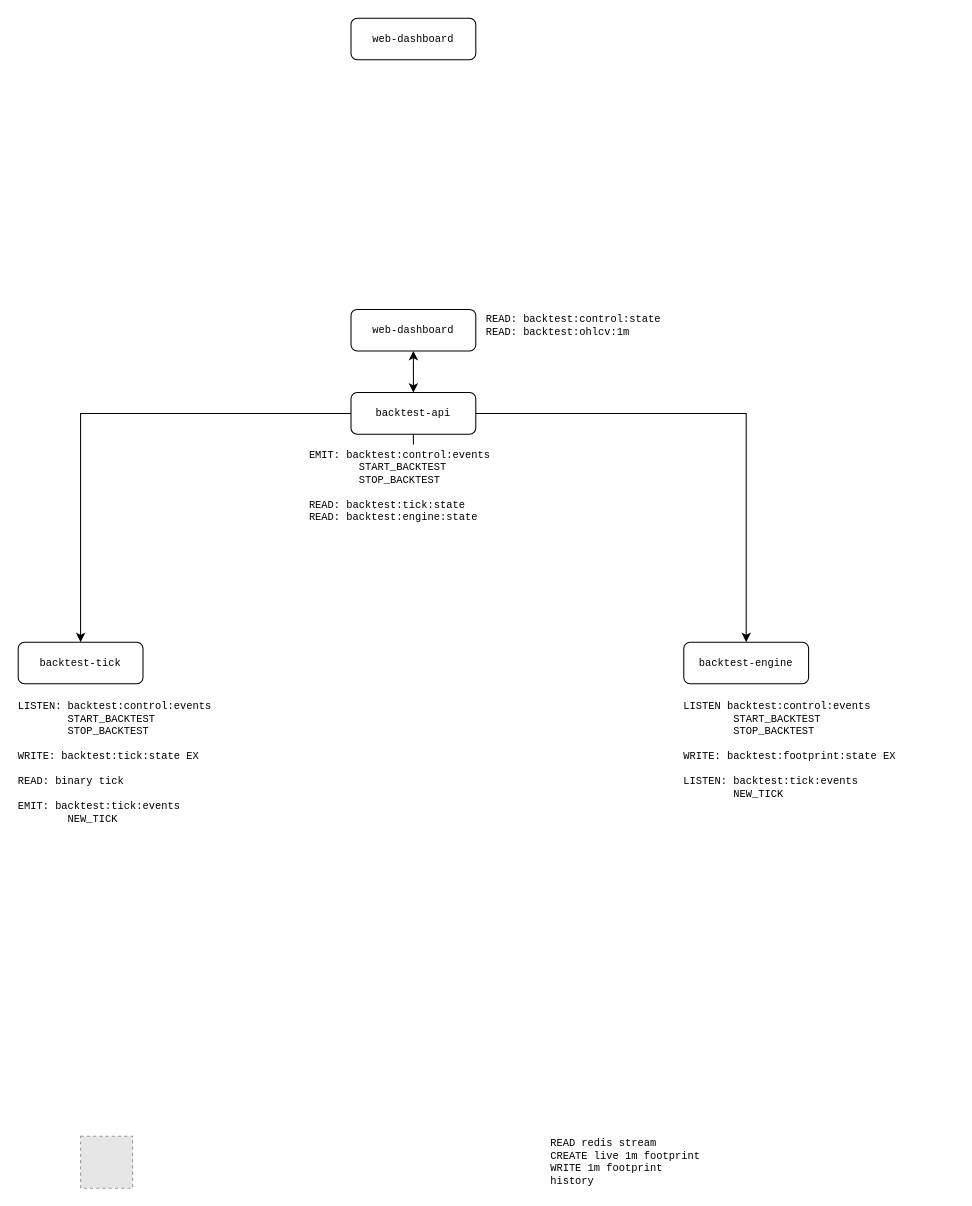
The draw.io diagram backend/services/backtest/infra/docs/trader.drawio in rey-sudo/blacker, before the edit. Source tidied: cells renumbered, new cells numbered last; positions are measured from the earlier drawing's top-left corner, leaving out a move shared by most shapes. Both pictures are drawn from the tidied source at 104%, with x=0, y=0 at pixel (18, 18). Pictures stored in the file or linked from it are replaced by grey dashed boxes.
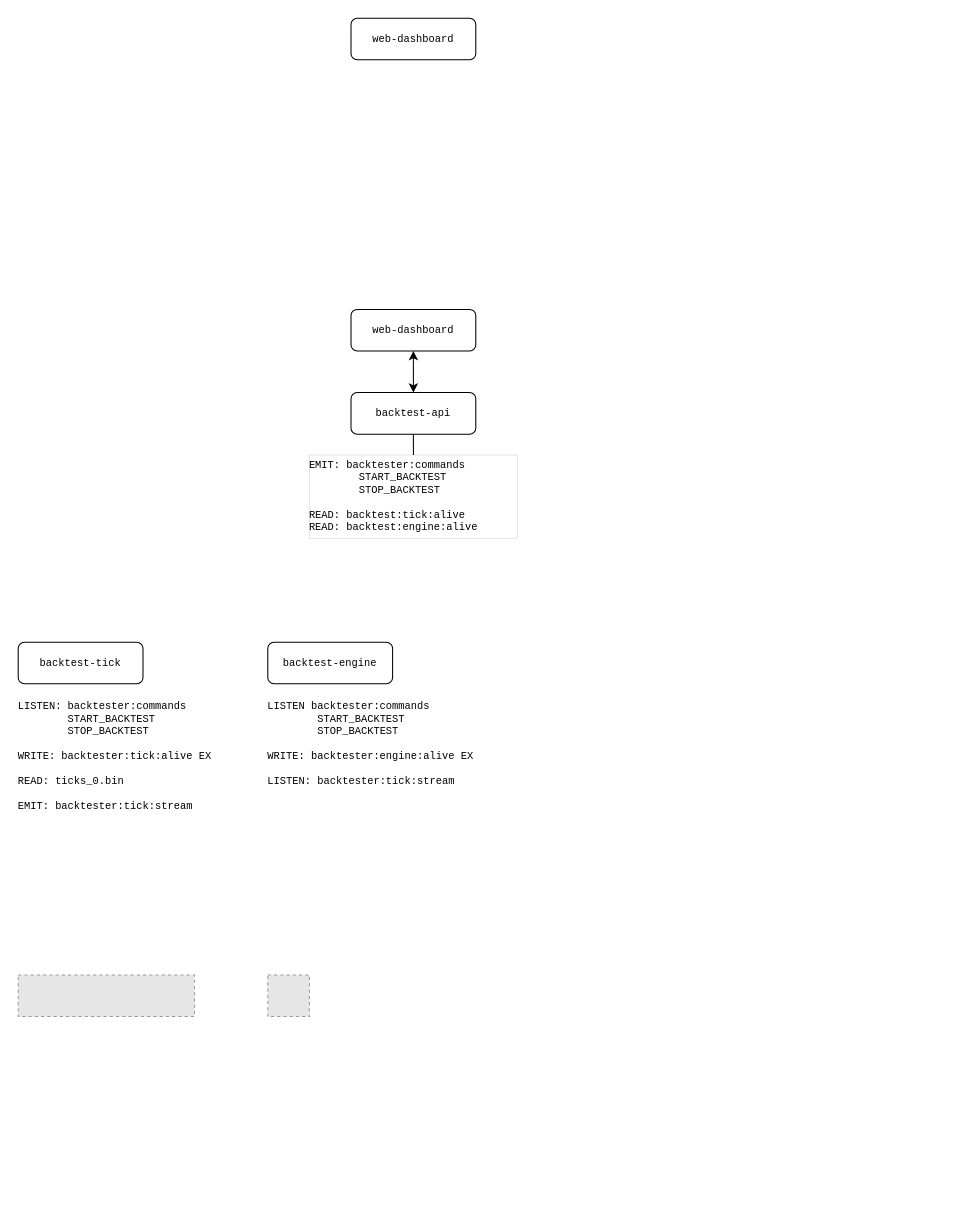
After the change.

Change to the diagram source:
```diff
@@
 <mxGraphModel>
   <root>
     <mxCell id="0" />
     <mxCell id="1" parent="0" />
     <mxCell id="2" value="backtest-tick" style="rounded=1;whiteSpace=wrap;html=1;fontFamily=Courier New;fontSize=10;" parent="1" vertex="1">
       <mxGeometry y="600" width="120" height="40" as="geometry" />
     </mxCell>
     <mxCell id="3" value="backtest-engine" style="rounded=1;whiteSpace=wrap;html=1;fontFamily=Courier New;fontSize=10;" parent="1" vertex="1">
-      <mxGeometry x="640" y="600" width="120" height="40" as="geometry" />
+      <mxGeometry x="240" y="600" width="120" height="40" as="geometry" />
     </mxCell>
     <mxCell id="4" value="web-dashboard" style="rounded=1;whiteSpace=wrap;html=1;fontFamily=Courier New;fontSize=10;" parent="1" vertex="1">
       <mxGeometry x="320" width="120" height="40" as="geometry" />
     </mxCell>
     <mxCell id="5" style="fillColor=#E6E6E6;strokeColor=#999999;dashed=1;fontFamily=Courier New;fontSize=10;" parent="1" vertex="1">
-      <mxGeometry x="60" y="1075" width="50" height="50" as="geometry" />
+      <mxGeometry x="240" y="920" width="40" height="40" as="geometry" />
     </mxCell>
-    <mxCell id="6" value="&lt;div&gt;&lt;span style=&quot;background-color: transparent; color: light-dark(rgb(0, 0, 0), rgb(255, 255, 255));&quot;&gt;LISTEN: backtest:control:events&lt;/span&gt;&lt;/div&gt;&lt;div&gt;&lt;div&gt;&lt;span style=&quot;background-color: transparent; color: light-dark(rgb(0, 0, 0), rgb(255, 255, 255));&quot;&gt;&lt;span style=&quot;white-space: pre;&quot;&gt;&#9;&lt;/span&gt;START_BACKTEST&lt;/span&gt;&lt;/div&gt;&lt;div&gt;&lt;span style=&quot;background-color: transparent; color: light-dark(rgb(0, 0, 0), rgb(255, 255, 255));&quot;&gt;&lt;span style=&quot;white-space: pre;&quot;&gt;&#9;&lt;/span&gt;STOP_BACKTEST&lt;/span&gt;&lt;/div&gt;&lt;/div&gt;&lt;div&gt;&lt;span style=&quot;background-color: transparent; color: light-dark(rgb(0, 0, 0), rgb(255, 255, 255));&quot;&gt;&lt;br&gt;&lt;/span&gt;&lt;/div&gt;&lt;div&gt;&lt;span style=&quot;background-color: transparent; color: light-dark(rgb(0, 0, 0), rgb(255, 255, 255));&quot;&gt;WRITE: backtest:tick:state EX&lt;/span&gt;&lt;/div&gt;&lt;div&gt;&lt;span style=&quot;background-color: transparent; color: light-dark(rgb(0, 0, 0), rgb(255, 255, 255));&quot;&gt;&lt;br&gt;&lt;/span&gt;&lt;/div&gt;&lt;div&gt;READ: binary tick&lt;span style=&quot;background-color: transparent; color: light-dark(rgb(0, 0, 0), rgb(255, 255, 255));&quot;&gt;&lt;/span&gt;&lt;/div&gt;&lt;div&gt;&lt;br&gt;&lt;/div&gt;&lt;div&gt;&lt;span style=&quot;background-color: transparent; color: light-dark(rgb(0, 0, 0), rgb(255, 255, 255));&quot;&gt;EMIT: backtest:tick:events&lt;/span&gt;&lt;/div&gt;&lt;div&gt;&lt;span style=&quot;background-color: transparent; color: light-dark(rgb(0, 0, 0), rgb(255, 255, 255));&quot;&gt;&lt;span style=&quot;white-space: pre;&quot;&gt;&#9;&lt;/span&gt;NEW_TICK&lt;br&gt;&lt;/span&gt;&lt;/div&gt;&lt;div&gt;&lt;br&gt;&lt;/div&gt;&lt;br&gt;&lt;div&gt;&lt;br&gt;&lt;/div&gt;" style="text;html=1;whiteSpace=wrap;strokeColor=none;fillColor=none;align=left;verticalAlign=top;rounded=0;fontFamily=Courier New;fontSize=10;spacing=0;" parent="1" vertex="1">
+    <mxCell id="6" value="&lt;div&gt;&lt;span style=&quot;background-color: transparent; color: light-dark(rgb(0, 0, 0), rgb(255, 255, 255));&quot;&gt;LISTEN: backtester:commands&lt;/span&gt;&lt;/div&gt;&lt;div&gt;&lt;div&gt;&lt;span style=&quot;background-color: transparent; color: light-dark(rgb(0, 0, 0), rgb(255, 255, 255));&quot;&gt;&lt;span style=&quot;white-space: pre;&quot;&gt;&#9;&lt;/span&gt;START_BACKTEST&lt;/span&gt;&lt;/div&gt;&lt;div&gt;&lt;span style=&quot;background-color: transparent; color: light-dark(rgb(0, 0, 0), rgb(255, 255, 255));&quot;&gt;&lt;span style=&quot;white-space: pre;&quot;&gt;&#9;&lt;/span&gt;STOP_BACKTEST&lt;/span&gt;&lt;/div&gt;&lt;/div&gt;&lt;div&gt;&lt;span style=&quot;background-color: transparent; color: light-dark(rgb(0, 0, 0), rgb(255, 255, 255));&quot;&gt;&lt;br&gt;&lt;/span&gt;&lt;/div&gt;&lt;div&gt;&lt;span style=&quot;background-color: transparent; color: light-dark(rgb(0, 0, 0), rgb(255, 255, 255));&quot;&gt;WRITE: backtester:tick:alive EX&lt;/span&gt;&lt;/div&gt;&lt;div&gt;&lt;span style=&quot;background-color: transparent; color: light-dark(rgb(0, 0, 0), rgb(255, 255, 255));&quot;&gt;&lt;br&gt;&lt;/span&gt;&lt;/div&gt;&lt;div&gt;READ: ticks_0.bin&lt;span style=&quot;background-color: transparent; color: light-dark(rgb(0, 0, 0), rgb(255, 255, 255));&quot;&gt;&lt;/span&gt;&lt;/div&gt;&lt;div&gt;&lt;br&gt;&lt;/div&gt;&lt;div&gt;&lt;span style=&quot;background-color: transparent; color: light-dark(rgb(0, 0, 0), rgb(255, 255, 255));&quot;&gt;EMIT: backtester:tick:stream&lt;/span&gt;&lt;/div&gt;&lt;div&gt;&lt;br&gt;&lt;/div&gt;&lt;br&gt;&lt;div&gt;&lt;br&gt;&lt;/div&gt;" style="text;html=1;whiteSpace=wrap;strokeColor=none;fillColor=none;align=left;verticalAlign=top;rounded=0;fontFamily=Courier New;fontSize=10;spacing=0;" parent="1" vertex="1">
       <mxGeometry y="652" width="200" height="130" as="geometry" />
     </mxCell>
-    <mxCell id="7" value="&lt;div&gt;READ redis stream&lt;/div&gt;CREATE live 1m footprint&lt;div&gt;WRITE 1m footprint history&lt;/div&gt;" style="text;html=1;whiteSpace=wrap;strokeColor=none;fillColor=none;align=left;verticalAlign=middle;rounded=0;fontFamily=Courier New;fontSize=10;" parent="1" vertex="1">
-      <mxGeometry x="510" y="1080" width="150" height="40" as="geometry" />
-    </mxCell>
-    <mxCell id="8" style="edgeStyle=orthogonalEdgeStyle;rounded=0;jettySize=auto;html=1;exitX=0;exitY=0.5;exitDx=0;exitDy=0;entryX=0.5;entryY=0;entryDx=0;entryDy=0;fontFamily=Courier New;fontSize=10;" parent="1" edge="1" source="11" target="2">
-      <mxGeometry relative="1" as="geometry" />
-    </mxCell>
     <mxCell id="9" style="edgeStyle=orthogonalEdgeStyle;rounded=0;jettySize=auto;html=1;exitX=0.5;exitY=1;exitDx=0;exitDy=0;entryX=0.5;entryY=0;entryDx=0;entryDy=0;endArrow=none;endFill=0;" parent="1" edge="1" source="11" target="13">
       <mxGeometry relative="1" as="geometry">
         <Array as="points">
           <mxPoint x="380" y="400" />
           <mxPoint x="380" y="400" />
         </Array>
       </mxGeometry>
     </mxCell>
-    <mxCell id="10" style="edgeStyle=orthogonalEdgeStyle;rounded=0;jettySize=auto;html=1;exitX=1;exitY=0.5;exitDx=0;exitDy=0;entryX=0.5;entryY=0;entryDx=0;entryDy=0;" parent="1" edge="1" source="11" target="3">
-      <mxGeometry relative="1" as="geometry" />
-    </mxCell>
     <mxCell id="11" value="backtest-api" style="rounded=1;whiteSpace=wrap;html=1;fontFamily=Courier New;fontSize=10;" parent="1" vertex="1">
       <mxGeometry x="320" y="360" width="120" height="40" as="geometry" />
     </mxCell>
-    <mxCell id="12" value="&lt;div&gt;&lt;span style=&quot;background-color: transparent; color: light-dark(rgb(0, 0, 0), rgb(255, 255, 255));&quot;&gt;LISTEN backtest:control:events&lt;/span&gt;&lt;/div&gt;&lt;div&gt;&lt;div&gt;&lt;span style=&quot;background-color: transparent; color: light-dark(rgb(0, 0, 0), rgb(255, 255, 255));&quot;&gt;&lt;span style=&quot;white-space: pre;&quot;&gt;&#9;&lt;/span&gt;START_BACKTEST&lt;/span&gt;&lt;/div&gt;&lt;div&gt;&lt;span style=&quot;background-color: transparent; color: light-dark(rgb(0, 0, 0), rgb(255, 255, 255));&quot;&gt;&lt;span style=&quot;white-space: pre;&quot;&gt;&#9;&lt;/span&gt;STOP_BACKTEST&lt;/span&gt;&lt;/div&gt;&lt;/div&gt;&lt;div&gt;&lt;span style=&quot;background-color: transparent; color: light-dark(rgb(0, 0, 0), rgb(255, 255, 255));&quot;&gt;&lt;br&gt;&lt;/span&gt;&lt;/div&gt;&lt;div&gt;&lt;div&gt;WRITE: backtest:footprint:state EX&lt;/div&gt;&lt;div&gt;&lt;span style=&quot;background-color: transparent; color: light-dark(rgb(0, 0, 0), rgb(255, 255, 255));&quot;&gt;&lt;br&gt;&lt;/span&gt;&lt;/div&gt;&lt;div&gt;&lt;span style=&quot;background-color: transparent; color: light-dark(rgb(0, 0, 0), rgb(255, 255, 255));&quot;&gt;LISTEN:&amp;nbsp;&lt;/span&gt;&lt;span style=&quot;background-color: transparent; color: light-dark(rgb(0, 0, 0), rgb(255, 255, 255));&quot;&gt;backtest:tick:events&lt;/span&gt;&lt;/div&gt;&lt;/div&gt;&lt;div&gt;&lt;span style=&quot;background-color: transparent; color: light-dark(rgb(0, 0, 0), rgb(255, 255, 255));&quot;&gt;&lt;span style=&quot;white-space: pre;&quot;&gt;&#9;&lt;/span&gt;&lt;/span&gt;&lt;span style=&quot;background-color: transparent; color: light-dark(rgb(0, 0, 0), rgb(255, 255, 255));&quot;&gt;NEW_TICK&lt;/span&gt;&lt;/div&gt;" style="text;html=1;whiteSpace=wrap;strokeColor=none;fillColor=none;align=left;verticalAlign=top;rounded=0;fontFamily=Courier New;fontSize=10;spacing=0;" parent="1" vertex="1">
-      <mxGeometry x="640" y="652" width="260" height="140" as="geometry" />
+    <mxCell id="12" value="&lt;div&gt;&lt;span style=&quot;background-color: transparent; color: light-dark(rgb(0, 0, 0), rgb(255, 255, 255));&quot;&gt;LISTEN backtester:commands&lt;/span&gt;&lt;/div&gt;&lt;div&gt;&lt;span style=&quot;background-color: transparent; color: light-dark(rgb(0, 0, 0), rgb(255, 255, 255)); white-space: pre;&quot;&gt;&#9;&lt;/span&gt;&lt;span style=&quot;background-color: transparent; color: light-dark(rgb(0, 0, 0), rgb(255, 255, 255));&quot;&gt;START_BACKTEST&lt;/span&gt;&lt;/div&gt;&lt;div&gt;&lt;div&gt;&lt;span style=&quot;background-color: transparent; color: light-dark(rgb(0, 0, 0), rgb(255, 255, 255));&quot;&gt;&lt;span style=&quot;white-space: pre;&quot;&gt;&#9;&lt;/span&gt;STOP_BACKTEST&lt;/span&gt;&lt;/div&gt;&lt;/div&gt;&lt;div&gt;&lt;span style=&quot;background-color: transparent; color: light-dark(rgb(0, 0, 0), rgb(255, 255, 255));&quot;&gt;&lt;br&gt;&lt;/span&gt;&lt;/div&gt;&lt;div&gt;&lt;div&gt;WRITE: backtester:engine:alive EX&lt;/div&gt;&lt;div&gt;&lt;span style=&quot;background-color: transparent; color: light-dark(rgb(0, 0, 0), rgb(255, 255, 255));&quot;&gt;&lt;br&gt;&lt;/span&gt;&lt;/div&gt;&lt;div&gt;&lt;span style=&quot;background-color: transparent; color: light-dark(rgb(0, 0, 0), rgb(255, 255, 255));&quot;&gt;LISTEN:&amp;nbsp;&lt;/span&gt;&lt;span style=&quot;background-color: transparent; color: light-dark(rgb(0, 0, 0), rgb(255, 255, 255));&quot;&gt;backtester:tick:stream&lt;/span&gt;&lt;/div&gt;&lt;/div&gt;" style="text;html=1;whiteSpace=wrap;strokeColor=none;fillColor=none;align=left;verticalAlign=top;rounded=0;fontFamily=Courier New;fontSize=10;spacing=0;" parent="1" vertex="1">
+      <mxGeometry x="240" y="652" width="260" height="140" as="geometry" />
     </mxCell>
-    <mxCell id="13" value="&lt;div&gt;&lt;span style=&quot;background-color: transparent; color: light-dark(rgb(0, 0, 0), rgb(255, 255, 255));&quot;&gt;EMIT: backtest:control:events&lt;/span&gt;&lt;/div&gt;&lt;div&gt;&lt;span style=&quot;background-color: transparent; color: light-dark(rgb(0, 0, 0), rgb(255, 255, 255));&quot;&gt;&lt;span style=&quot;white-space: pre;&quot;&gt;&#9;&lt;/span&gt;START_BACKTEST&lt;/span&gt;&lt;/div&gt;&lt;div&gt;&lt;span style=&quot;background-color: transparent; color: light-dark(rgb(0, 0, 0), rgb(255, 255, 255));&quot;&gt;&lt;span style=&quot;white-space: pre;&quot;&gt;&#9;&lt;/span&gt;STOP_BACKTEST&lt;br&gt;&lt;/span&gt;&lt;/div&gt;&lt;div&gt;&lt;br&gt;&lt;/div&gt;&lt;div&gt;READ: backtest:tick:state&lt;/div&gt;&lt;div&gt;READ: backtest:engine:state&lt;/div&gt;&lt;div&gt;&lt;br&gt;&lt;/div&gt;&lt;div&gt;&lt;span style=&quot;background-color: transparent; color: light-dark(rgb(0, 0, 0), rgb(255, 255, 255));&quot;&gt;&lt;br&gt;&lt;/span&gt;&lt;/div&gt;&lt;div&gt;&lt;span style=&quot;background-color: transparent; color: light-dark(rgb(0, 0, 0), rgb(255, 255, 255));&quot;&gt;&lt;br&gt;&lt;/span&gt;&lt;/div&gt;&lt;div&gt;&lt;span style=&quot;background-color: transparent; color: light-dark(rgb(0, 0, 0), rgb(255, 255, 255));&quot;&gt;&lt;br&gt;&lt;/span&gt;&lt;/div&gt;&lt;div&gt;&lt;br&gt;&lt;/div&gt;" style="text;html=1;whiteSpace=wrap;strokeColor=none;fillColor=none;align=left;verticalAlign=top;rounded=0;fontFamily=Courier New;fontSize=10;spacing=0;" parent="1" vertex="1">
-      <mxGeometry x="280" y="410" width="200" height="110" as="geometry" />
+    <mxCell id="13" value="&lt;div&gt;&lt;span style=&quot;background-color: transparent; color: light-dark(rgb(0, 0, 0), rgb(255, 255, 255));&quot;&gt;EMIT: backtester:commands&lt;/span&gt;&lt;/div&gt;&lt;div&gt;&lt;span style=&quot;background-color: transparent; color: light-dark(rgb(0, 0, 0), rgb(255, 255, 255));&quot;&gt;&lt;span style=&quot;white-space: pre;&quot;&gt;&#9;&lt;/span&gt;START_BACKTEST&lt;/span&gt;&lt;/div&gt;&lt;div&gt;&lt;span style=&quot;background-color: transparent; color: light-dark(rgb(0, 0, 0), rgb(255, 255, 255));&quot;&gt;&lt;span style=&quot;white-space: pre;&quot;&gt;&#9;&lt;/span&gt;STOP_BACKTEST&lt;br&gt;&lt;/span&gt;&lt;/div&gt;&lt;div&gt;&lt;br&gt;&lt;/div&gt;&lt;div&gt;READ: backtest:tick:alive&lt;/div&gt;&lt;div&gt;READ: backtest:engine:alive&lt;/div&gt;&lt;div&gt;&lt;br&gt;&lt;/div&gt;&lt;div&gt;&lt;span style=&quot;background-color: transparent; color: light-dark(rgb(0, 0, 0), rgb(255, 255, 255));&quot;&gt;&lt;br&gt;&lt;/span&gt;&lt;/div&gt;&lt;div&gt;&lt;span style=&quot;background-color: transparent; color: light-dark(rgb(0, 0, 0), rgb(255, 255, 255));&quot;&gt;&lt;br&gt;&lt;/span&gt;&lt;/div&gt;&lt;div&gt;&lt;span style=&quot;background-color: transparent; color: light-dark(rgb(0, 0, 0), rgb(255, 255, 255));&quot;&gt;&lt;br&gt;&lt;/span&gt;&lt;/div&gt;&lt;div&gt;&lt;br&gt;&lt;/div&gt;" style="text;html=1;whiteSpace=wrap;strokeColor=default;fillColor=none;align=left;verticalAlign=top;rounded=0;fontFamily=Courier New;fontSize=10;spacing=0;strokeWidth=0;" parent="1" vertex="1">
+      <mxGeometry x="280" y="420" width="200" height="80" as="geometry" />
     </mxCell>
     <mxCell id="14" style="edgeStyle=orthogonalEdgeStyle;rounded=0;jettySize=auto;html=1;exitX=0.5;exitY=1;exitDx=0;exitDy=0;entryX=0.5;entryY=0;entryDx=0;entryDy=0;startArrow=classic;startFill=1;" parent="1" edge="1" source="15" target="11">
       <mxGeometry relative="1" as="geometry" />
     </mxCell>
     <mxCell id="15" value="web-dashboard" style="rounded=1;whiteSpace=wrap;html=1;fontFamily=Courier New;fontSize=10;" parent="1" vertex="1">
       <mxGeometry x="320" y="280" width="120" height="40" as="geometry" />
     </mxCell>
-    <mxCell id="16" value="&lt;div&gt;READ: backtest:control:state&lt;/div&gt;&lt;div&gt;READ: backtest:ohlcv:1m&lt;/div&gt;&lt;div&gt;&lt;br&gt;&lt;/div&gt;&lt;div&gt;&lt;br&gt;&lt;/div&gt;&lt;div&gt;&lt;br&gt;&lt;/div&gt;" style="text;html=1;whiteSpace=wrap;strokeColor=none;fillColor=none;align=left;verticalAlign=top;rounded=0;fontFamily=Courier New;fontSize=10;spacing=0;" parent="1" vertex="1">
-      <mxGeometry x="450" y="280" width="210" height="80" as="geometry" />
-    </mxCell>
+    <mxCell id="17" style="fillColor=#E6E6E6;strokeColor=#999999;dashed=1;" parent="1" vertex="1">
+      <mxGeometry y="920" width="169.5" height="40" as="geometry" />
+    </mxCell>
   </root>
 </mxGraphModel>
```
